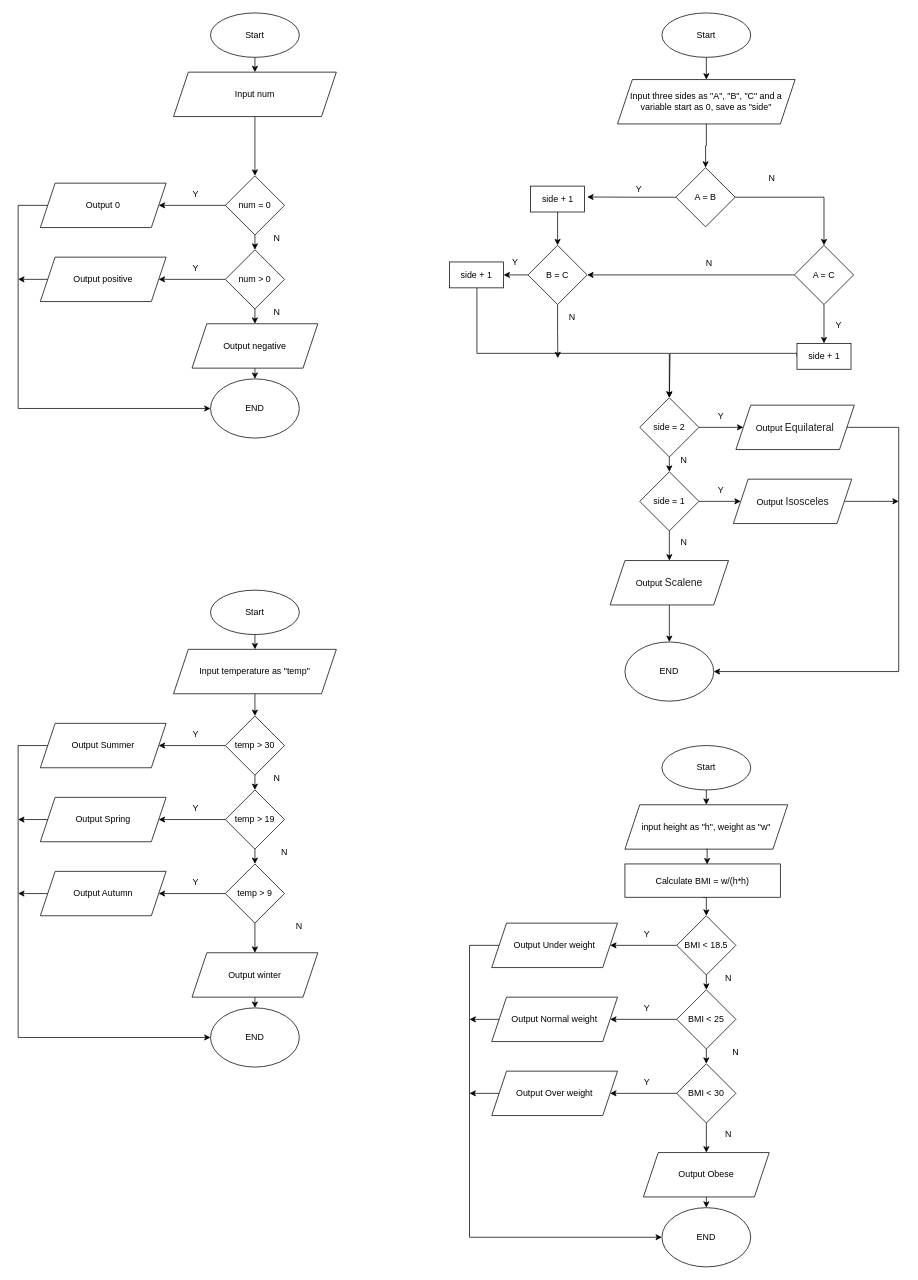
The draw.io diagram FlowChart.drawio in HisakoR/hisakor.github.io, before the edit. Source tidied: cells renumbered, new cells numbered last; positions are measured from the earlier drawing's top-left corner, leaving out a move shared by most shapes. Both pictures are drawn from the tidied source at 74%, with x=0, y=0 at pixel (18, 13).
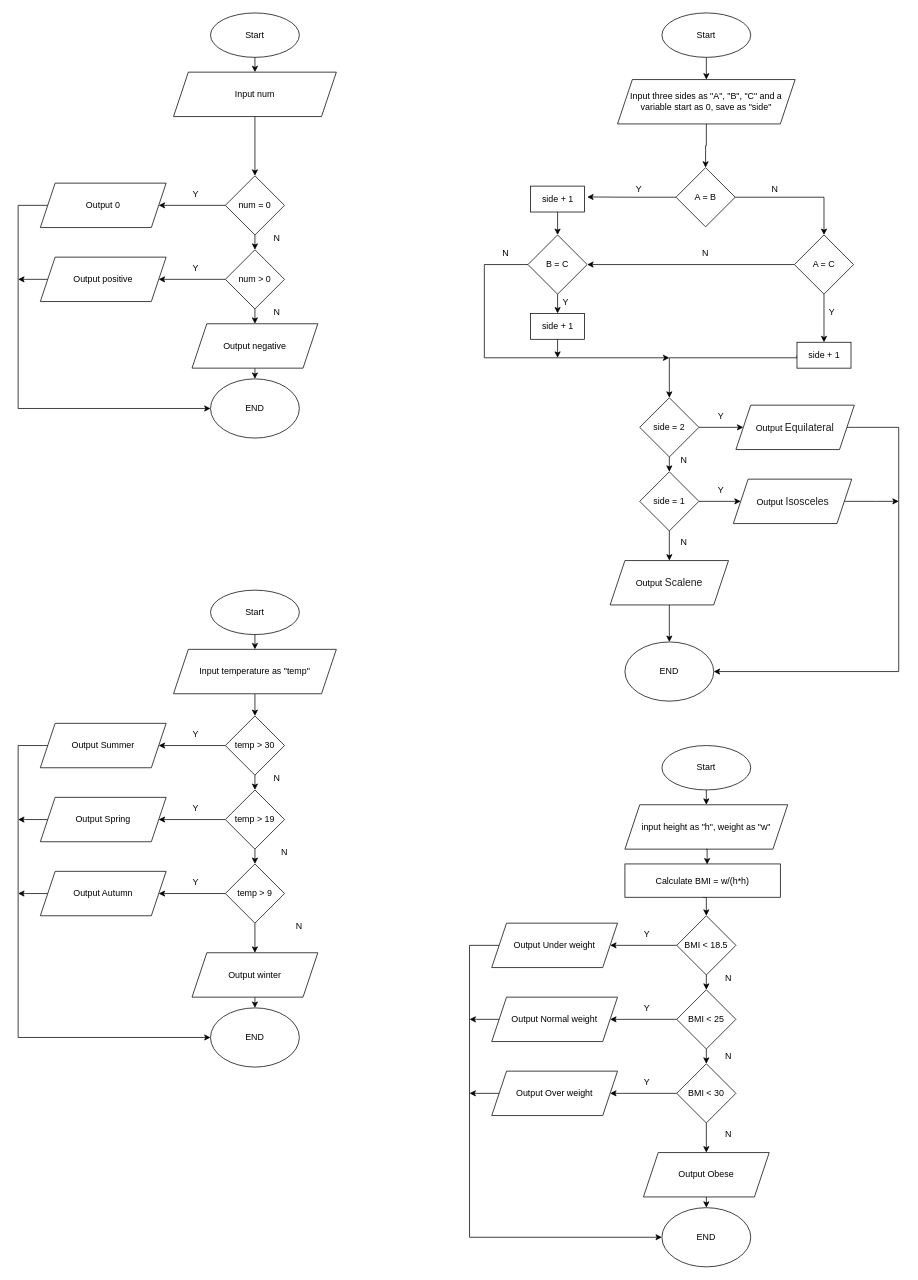
Above is the later version.

Unchanged cells that the change refers to:
```xml
<mxCell id="45" value="side = 2" style="rhombus;whiteSpace=wrap;html=1;" parent="1" vertex="1">
  <mxGeometry x="840" y="520" width="80" height="80" as="geometry" />
</mxCell>
```

The edit, as a diff of the source:
```diff
@@
+    <mxCell id="123" style="edgeStyle=orthogonalEdgeStyle;rounded=0;jettySize=auto;html=1;exitX=0;exitY=0.5;exitDx=0;exitDy=0;" parent="1" edge="1" source="33">
+      <mxGeometry relative="1" as="geometry">
+        <mxPoint x="880" y="466" as="targetPoint" />
+        <Array as="points">
+          <mxPoint x="630" y="340" />
+          <mxPoint x="630" y="466" />
+          <mxPoint x="880" y="466" />
+        </Array>
+      </mxGeometry>
+    </mxCell>
-    <mxCell id="31" style="edgeStyle=orthogonalEdgeStyle;rounded=0;jettySize=auto;html=1;exitX=0;exitY=0.5;exitDx=0;exitDy=0;entryX=1;entryY=0.5;entryDx=0;entryDy=0;" parent="1" edge="1" source="33" target="40">
+    <mxCell id="31" style="edgeStyle=orthogonalEdgeStyle;rounded=0;jettySize=auto;html=1;exitX=0.5;exitY=1;exitDx=0;exitDy=0;entryX=0.5;entryY=0;entryDx=0;entryDy=0;" parent="1" edge="1" source="33" target="40">
       <mxGeometry relative="1" as="geometry" />
     </mxCell>
-    <mxCell id="32" style="edgeStyle=orthogonalEdgeStyle;rounded=0;jettySize=auto;html=1;exitX=0.5;exitY=1;exitDx=0;exitDy=0;" parent="1" edge="1" source="33">
-      <mxGeometry relative="1" as="geometry">
-        <mxPoint x="729.3" y="466.5" as="targetPoint" />
-      </mxGeometry>
-    </mxCell>
     <mxCell id="33" value="B = C" style="rhombus;whiteSpace=wrap;html=1;" parent="1" vertex="1">
-      <mxGeometry x="689" y="314" width="80" height="80" as="geometry" />
+      <mxGeometry x="689" y="300" width="80" height="80" as="geometry" />
     </mxCell>
@@
     <mxCell id="36" value="A = C" style="rhombus;whiteSpace=wrap;html=1;" parent="1" vertex="1">
-      <mxGeometry x="1049" y="314" width="80" height="80" as="geometry" />
+      <mxGeometry x="1049" y="300" width="80" height="80" as="geometry" />
     </mxCell>
@@
-    <mxCell id="39" style="edgeStyle=orthogonalEdgeStyle;rounded=0;jettySize=auto;html=1;exitX=0;exitY=0.5;exitDx=0;exitDy=0;entryX=0.5;entryY=0;entryDx=0;entryDy=0;" parent="1" edge="1" source="40" target="45">
-      <mxGeometry relative="1" as="geometry">
-        <Array as="points">
-          <mxPoint x="620" y="460" />
-          <mxPoint x="880" y="460" />
-        </Array>
-      </mxGeometry>
-    </mxCell>
+    <mxCell id="124" style="edgeStyle=orthogonalEdgeStyle;rounded=0;jettySize=auto;html=1;exitX=0.5;exitY=1;exitDx=0;exitDy=0;" parent="1" edge="1" source="40">
+      <mxGeometry relative="1" as="geometry">
+        <mxPoint x="729" y="466" as="targetPoint" />
+      </mxGeometry>
+    </mxCell>
     <mxCell id="40" value="side + 1" style="rounded=0;whiteSpace=wrap;html=1;" parent="1" vertex="1">
-      <mxGeometry x="583" y="336.5" width="73" height="35" as="geometry" />
+      <mxGeometry x="692.5" y="406" width="73" height="35" as="geometry" />
     </mxCell>
     <mxCell id="41" style="edgeStyle=orthogonalEdgeStyle;rounded=0;jettySize=auto;html=1;exitX=0;exitY=0.5;exitDx=0;exitDy=0;" parent="1" edge="1" source="42">
       <mxGeometry relative="1" as="geometry">
         <mxPoint x="880" y="520" as="targetPoint" />
         <Array as="points">
-          <mxPoint x="881" y="460" />
-          <mxPoint x="881" y="520" />
+          <mxPoint x="1052" y="466" />
+          <mxPoint x="880" y="466" />
         </Array>
       </mxGeometry>
     </mxCell>
     <mxCell id="42" value="side + 1" style="rounded=0;whiteSpace=wrap;html=1;" parent="1" vertex="1">
-      <mxGeometry x="1052.5" y="446.5" width="73" height="35" as="geometry" />
+      <mxGeometry x="1052.5" y="445" width="73" height="35" as="geometry" />
     </mxCell>
@@
     <mxCell id="56" value="Y" style="text;html=1;align=center;verticalAlign=middle;whiteSpace=wrap;rounded=0;" parent="1" vertex="1">
-      <mxGeometry x="642" y="321.5" width="60" height="30" as="geometry" />
+      <mxGeometry x="710" y="376" width="60" height="30" as="geometry" />
     </mxCell>
     <mxCell id="57" value="Y" style="text;html=1;align=center;verticalAlign=middle;whiteSpace=wrap;rounded=0;" parent="1" vertex="1">
-      <mxGeometry x="1079" y="406.5" width="60" height="30" as="geometry" />
+      <mxGeometry x="1070" y="390" width="60" height="30" as="geometry" />
     </mxCell>
     <mxCell id="58" value="N" style="text;html=1;align=center;verticalAlign=middle;whiteSpace=wrap;rounded=0;" parent="1" vertex="1">
-      <mxGeometry x="904" y="324" width="60" height="30" as="geometry" />
+      <mxGeometry x="899" y="310" width="60" height="30" as="geometry" />
     </mxCell>
     <mxCell id="59" value="N" style="text;html=1;align=center;verticalAlign=middle;whiteSpace=wrap;rounded=0;" parent="1" vertex="1">
-      <mxGeometry x="719" y="396.5" width="60" height="30" as="geometry" />
+      <mxGeometry x="629" y="310" width="60" height="30" as="geometry" />
     </mxCell>
     <mxCell id="60" value="N" style="text;html=1;align=center;verticalAlign=middle;whiteSpace=wrap;rounded=0;" parent="1" vertex="1">
-      <mxGeometry x="989" y="209" width="60" height="30" as="geometry" />
+      <mxGeometry x="992.5" y="224" width="60" height="30" as="geometry" />
     </mxCell>
@@
     <mxCell id="108" value="N" style="text;html=1;align=center;verticalAlign=middle;whiteSpace=wrap;rounded=0;" parent="1" vertex="1">
-      <mxGeometry x="940" y="1390" width="60" height="30" as="geometry" />
+      <mxGeometry x="930" y="1394.5" width="60" height="30" as="geometry" />
     </mxCell>
```
